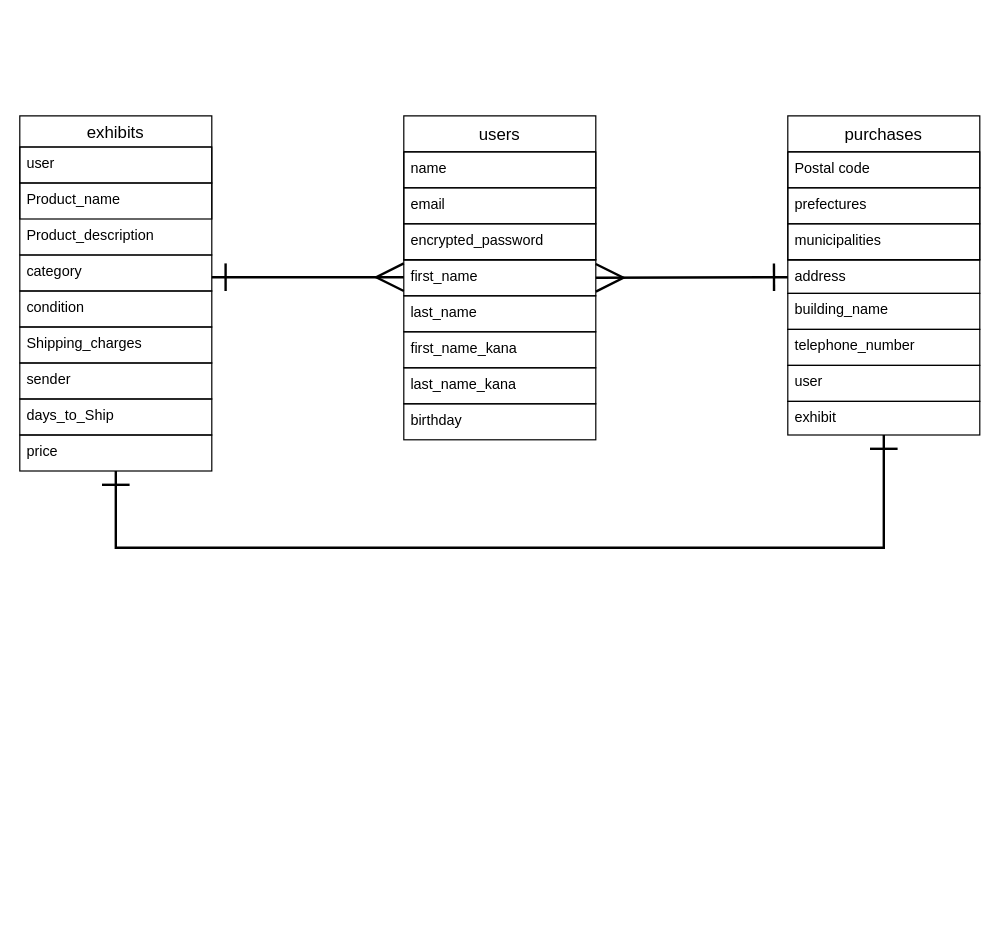
Earlier version of the draw.io diagram ER図.dio (shotatuchiya/furima-38811). Source tidied: cells renumbered, new cells numbered last; positions are measured from the earlier drawing's top-left corner, leaving out a move shared by most shapes. Both pictures are drawn from the tidied source at 120%, with x=0, y=0 at pixel (19, 115).
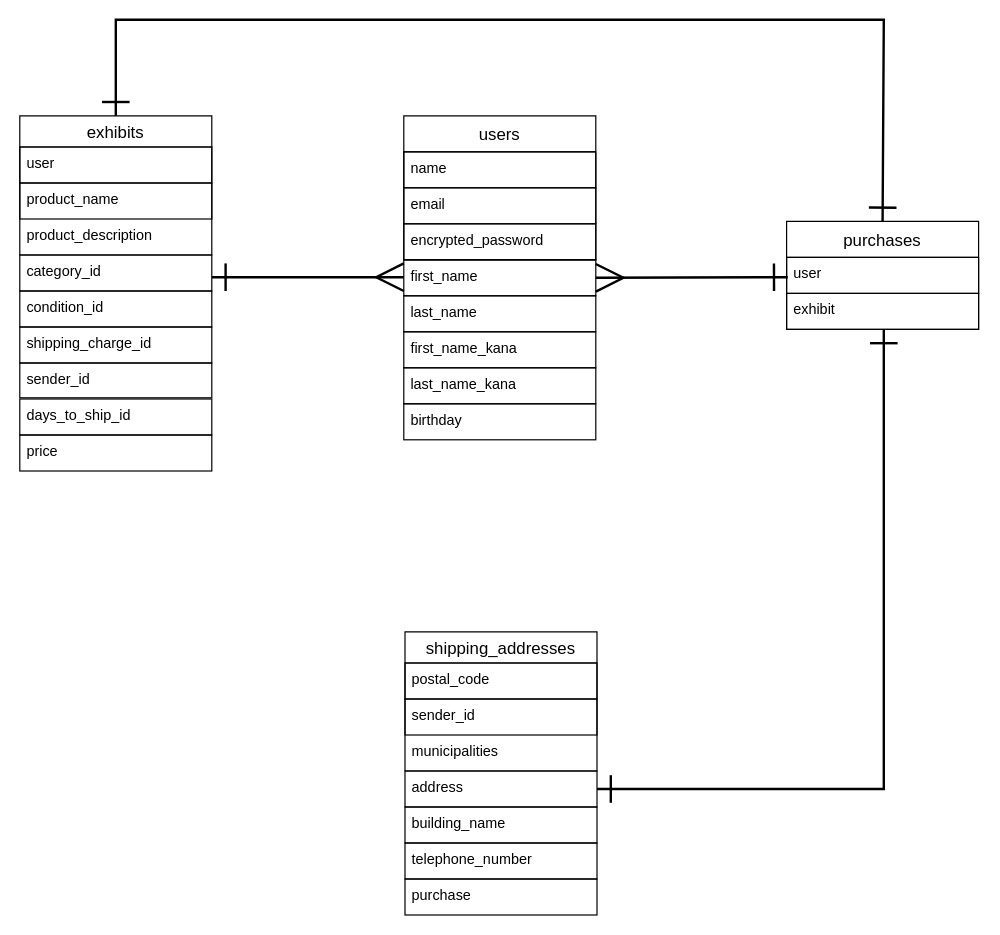
After the change.

Unchanged cells that the change refers to:
```xml
<mxCell id="6" value="exhibits" style="swimlane;fontStyle=0;horizontal=1;startSize=26;align=center;fontSize=14;" parent="1" vertex="1">
  <mxGeometry width="160" height="116" as="geometry" />
</mxCell>
<mxCell id="29" value="price" style="text;strokeColor=default;fillColor=none;spacingLeft=4;spacingRight=4;overflow=hidden;points=[[0,0.5],[1,0.5]];portConstraint=eastwest;fontSize=12;shadow=0;" parent="1" vertex="1">
  <mxGeometry y="266" width="160" height="30" as="geometry" />
</mxCell>
```

What changed in the source:
```diff
@@
-    <mxCell id="8" value="Product_name" style="text;strokeColor=default;fillColor=none;spacingLeft=4;spacingRight=4;overflow=hidden;fontSize=12;" parent="6" vertex="1">
+    <mxCell id="8" value="product_name" style="text;strokeColor=default;fillColor=none;spacingLeft=4;spacingRight=4;overflow=hidden;fontSize=12;" parent="6" vertex="1">
       <mxGeometry y="56" width="160" height="30" as="geometry" />
     </mxCell>
-    <mxCell id="9" value="Product_description" style="text;strokeColor=none;fillColor=none;spacingLeft=4;spacingRight=4;overflow=hidden;fontSize=12;" parent="6" vertex="1">
+    <mxCell id="9" value="product_description" style="text;strokeColor=none;fillColor=none;spacingLeft=4;spacingRight=4;overflow=hidden;fontSize=12;" parent="6" vertex="1">
       <mxGeometry y="86" width="160" height="30" as="geometry" />
     </mxCell>
     <mxCell id="10" value="purchases" style="swimlane;fontStyle=0;horizontal=1;startSize=30;align=center;fontSize=14;strokeWidth=1;perimeterSpacing=0;" parent="1" vertex="1">
-      <mxGeometry x="640" width="160" height="120" as="geometry" />
+      <mxGeometry x="639" y="88" width="160" height="90" as="geometry" />
     </mxCell>
-    <mxCell id="11" value="Postal code" style="text;strokeColor=default;fillColor=none;spacingLeft=4;spacingRight=4;overflow=hidden;fontSize=12;strokeWidth=1;perimeterSpacing=0;" parent="10" vertex="1">
+    <mxCell id="11" value="user" style="text;strokeColor=default;fillColor=none;spacingLeft=4;spacingRight=4;overflow=hidden;fontSize=12;strokeWidth=1;perimeterSpacing=0;" parent="10" vertex="1">
       <mxGeometry y="30" width="160" height="30" as="geometry" />
     </mxCell>
-    <mxCell id="12" value="prefectures" style="text;strokeColor=default;fillColor=none;spacingLeft=4;spacingRight=4;overflow=hidden;fontSize=12;strokeWidth=1;perimeterSpacing=0;" parent="10" vertex="1">
+    <mxCell id="12" value="exhibit" style="text;strokeColor=default;fillColor=none;spacingLeft=4;spacingRight=4;overflow=hidden;fontSize=12;strokeWidth=1;perimeterSpacing=0;" parent="10" vertex="1">
       <mxGeometry y="60" width="160" height="30" as="geometry" />
     </mxCell>
-    <mxCell id="13" value="municipalities" style="text;strokeColor=default;fillColor=none;spacingLeft=4;spacingRight=4;overflow=hidden;fontSize=12;strokeWidth=1;perimeterSpacing=0;" parent="10" vertex="1">
-      <mxGeometry y="90" width="160" height="30" as="geometry" />
-    </mxCell>
@@
-    <mxCell id="19" value="address" style="text;strokeColor=default;fillColor=none;spacingLeft=4;spacingRight=4;overflow=hidden;points=[[0,0.5],[1,0.5]];portConstraint=eastwest;fontSize=12;shadow=0;strokeWidth=1;perimeterSpacing=0;" parent="1" vertex="1">
-      <mxGeometry x="640" y="120" width="160" height="28" as="geometry" />
-    </mxCell>
-    <mxCell id="20" value="building_name" style="text;strokeColor=default;fillColor=none;spacingLeft=4;spacingRight=4;overflow=hidden;fontSize=12;shadow=0;strokeWidth=1;perimeterSpacing=0;" parent="1" vertex="1">
-      <mxGeometry x="640" y="148" width="160" height="30" as="geometry" />
-    </mxCell>
-    <mxCell id="21" value="telephone_number" style="text;strokeColor=default;fillColor=none;spacingLeft=4;spacingRight=4;overflow=hidden;fontSize=12;shadow=0;strokeWidth=1;perimeterSpacing=0;" parent="1" vertex="1">
-      <mxGeometry x="640" y="178" width="160" height="30" as="geometry" />
-    </mxCell>
-    <mxCell id="22" value="user" style="text;strokeColor=default;fillColor=none;spacingLeft=4;spacingRight=4;overflow=hidden;fontSize=12;shadow=0;strokeWidth=1;perimeterSpacing=0;" parent="1" vertex="1">
-      <mxGeometry x="640" y="208" width="160" height="30" as="geometry" />
-    </mxCell>
-    <mxCell id="23" value="exhibit" style="text;strokeColor=default;fillColor=none;spacingLeft=4;spacingRight=4;overflow=hidden;points=[[0,0.5],[1,0.5]];portConstraint=eastwest;fontSize=12;shadow=0;strokeWidth=1;perimeterSpacing=0;" parent="1" vertex="1">
-      <mxGeometry x="640" y="238" width="160" height="28" as="geometry" />
-    </mxCell>
-    <mxCell id="24" value="category" style="text;strokeColor=default;fillColor=none;spacingLeft=4;spacingRight=4;overflow=hidden;fontSize=12;shadow=0;" parent="1" vertex="1">
+    <mxCell id="24" value="category_id" style="text;strokeColor=default;fillColor=none;spacingLeft=4;spacingRight=4;overflow=hidden;fontSize=12;shadow=0;" parent="1" vertex="1">
       <mxGeometry y="116" width="160" height="30" as="geometry" />
     </mxCell>
-    <mxCell id="25" value="condition" style="text;strokeColor=default;fillColor=none;spacingLeft=4;spacingRight=4;overflow=hidden;fontSize=12;shadow=0;" parent="1" vertex="1">
+    <mxCell id="25" value="condition_id" style="text;strokeColor=default;fillColor=none;spacingLeft=4;spacingRight=4;overflow=hidden;fontSize=12;shadow=0;" parent="1" vertex="1">
       <mxGeometry y="146" width="160" height="30" as="geometry" />
     </mxCell>
-    <mxCell id="26" value="Shipping_charges" style="text;strokeColor=default;fillColor=none;spacingLeft=4;spacingRight=4;overflow=hidden;fontSize=12;shadow=0;" parent="1" vertex="1">
+    <mxCell id="26" value="shipping_charge_id" style="text;strokeColor=default;fillColor=none;spacingLeft=4;spacingRight=4;overflow=hidden;fontSize=12;shadow=0;" parent="1" vertex="1">
       <mxGeometry y="176" width="160" height="30" as="geometry" />
     </mxCell>
-    <mxCell id="27" value="sender" style="text;strokeColor=default;fillColor=none;spacingLeft=4;spacingRight=4;overflow=hidden;fontSize=12;shadow=0;" parent="1" vertex="1">
-      <mxGeometry y="206" width="160" height="30" as="geometry" />
+    <mxCell id="27" value="sender_id" style="text;strokeColor=default;fillColor=none;spacingLeft=4;spacingRight=4;overflow=hidden;fontSize=12;shadow=0;" parent="1" vertex="1">
+      <mxGeometry y="206" width="160" height="29" as="geometry" />
     </mxCell>
-    <mxCell id="28" value="days_to_Ship" style="text;strokeColor=default;fillColor=none;spacingLeft=4;spacingRight=4;overflow=hidden;fontSize=12;shadow=0;" parent="1" vertex="1">
+    <mxCell id="28" value="days_to_ship_id" style="text;strokeColor=default;fillColor=none;spacingLeft=4;spacingRight=4;overflow=hidden;fontSize=12;shadow=0;" parent="1" vertex="1">
       <mxGeometry y="236" width="160" height="30" as="geometry" />
     </mxCell>
@@
-    <mxCell id="32" style="endArrow=ERone;html=1;rounded=0;startSize=20;endSize=20;targetPerimeterSpacing=0;strokeWidth=2;jumpSize=6;startArrow=ERone;startFill=0;endFill=0;" parent="1" edge="1" source="29" target="23">
+    <mxCell id="32" style="endArrow=ERone;html=1;rounded=0;startSize=20;endSize=20;targetPerimeterSpacing=0;strokeWidth=2;jumpSize=6;startArrow=ERone;startFill=0;endFill=0;entryX=0.5;entryY=0;entryDx=0;entryDy=0;exitX=0.5;exitY=0;exitDx=0;exitDy=0;" parent="1" edge="1" source="6" target="10">
       <mxGeometry relative="1" as="geometry">
         <Array as="points">
-          <mxPoint x="80" y="360" />
-          <mxPoint x="720" y="360" />
+          <mxPoint x="80" y="-80" />
+          <mxPoint x="390" y="-80" />
+          <mxPoint x="720" y="-80" />
         </Array>
       </mxGeometry>
     </mxCell>
+    <mxCell id="33" value="shipping_addresses" style="swimlane;fontStyle=0;horizontal=1;startSize=26;align=center;fontSize=14;" parent="1" vertex="1">
+      <mxGeometry x="321" y="430" width="160" height="116" as="geometry" />
+    </mxCell>
+    <mxCell id="34" value="postal_code" style="text;strokeColor=default;fillColor=none;spacingLeft=4;spacingRight=4;overflow=hidden;fontSize=12;" parent="33" vertex="1">
+      <mxGeometry y="26" width="160" height="30" as="geometry" />
+    </mxCell>
+    <mxCell id="35" value="sender_id" style="text;strokeColor=default;fillColor=none;spacingLeft=4;spacingRight=4;overflow=hidden;fontSize=12;" parent="33" vertex="1">
+      <mxGeometry y="56" width="160" height="30" as="geometry" />
+    </mxCell>
+    <mxCell id="13" value="municipalities" style="text;strokeColor=none;fillColor=none;spacingLeft=4;spacingRight=4;overflow=hidden;fontSize=12;" parent="33" vertex="1">
+      <mxGeometry y="86" width="160" height="30" as="geometry" />
+    </mxCell>
+    <mxCell id="19" value="address" style="text;strokeColor=default;fillColor=none;spacingLeft=4;spacingRight=4;overflow=hidden;points=[[0,0.5],[1,0.5]];portConstraint=eastwest;fontSize=12;" parent="1" vertex="1">
+      <mxGeometry x="321" y="546" width="160" height="30" as="geometry" />
+    </mxCell>
+    <mxCell id="20" value="building_name" style="text;strokeColor=default;fillColor=none;spacingLeft=4;spacingRight=4;overflow=hidden;fontSize=12;" parent="1" vertex="1">
+      <mxGeometry x="321" y="576" width="160" height="30" as="geometry" />
+    </mxCell>
+    <mxCell id="21" value="telephone_number" style="text;strokeColor=default;fillColor=none;spacingLeft=4;spacingRight=4;overflow=hidden;fontSize=12;" parent="1" vertex="1">
+      <mxGeometry x="321" y="606" width="160" height="30" as="geometry" />
+    </mxCell>
+    <mxCell id="36" value="purchase" style="text;strokeColor=default;fillColor=none;spacingLeft=4;spacingRight=4;overflow=hidden;fontSize=12;" parent="1" vertex="1">
+      <mxGeometry x="321" y="636" width="160" height="30" as="geometry" />
+    </mxCell>
+    <mxCell id="37" style="endArrow=ERone;html=1;rounded=0;exitX=1;exitY=0.5;exitDx=0;exitDy=0;startArrow=ERone;startFill=0;endFill=0;endSize=20;startSize=20;strokeWidth=2;" parent="1" edge="1" source="19">
+      <mxGeometry relative="1" as="geometry">
+        <mxPoint x="720" y="178" as="targetPoint" />
+        <Array as="points">
+          <mxPoint x="720" y="561" />
+        </Array>
+      </mxGeometry>
+    </mxCell>
```
